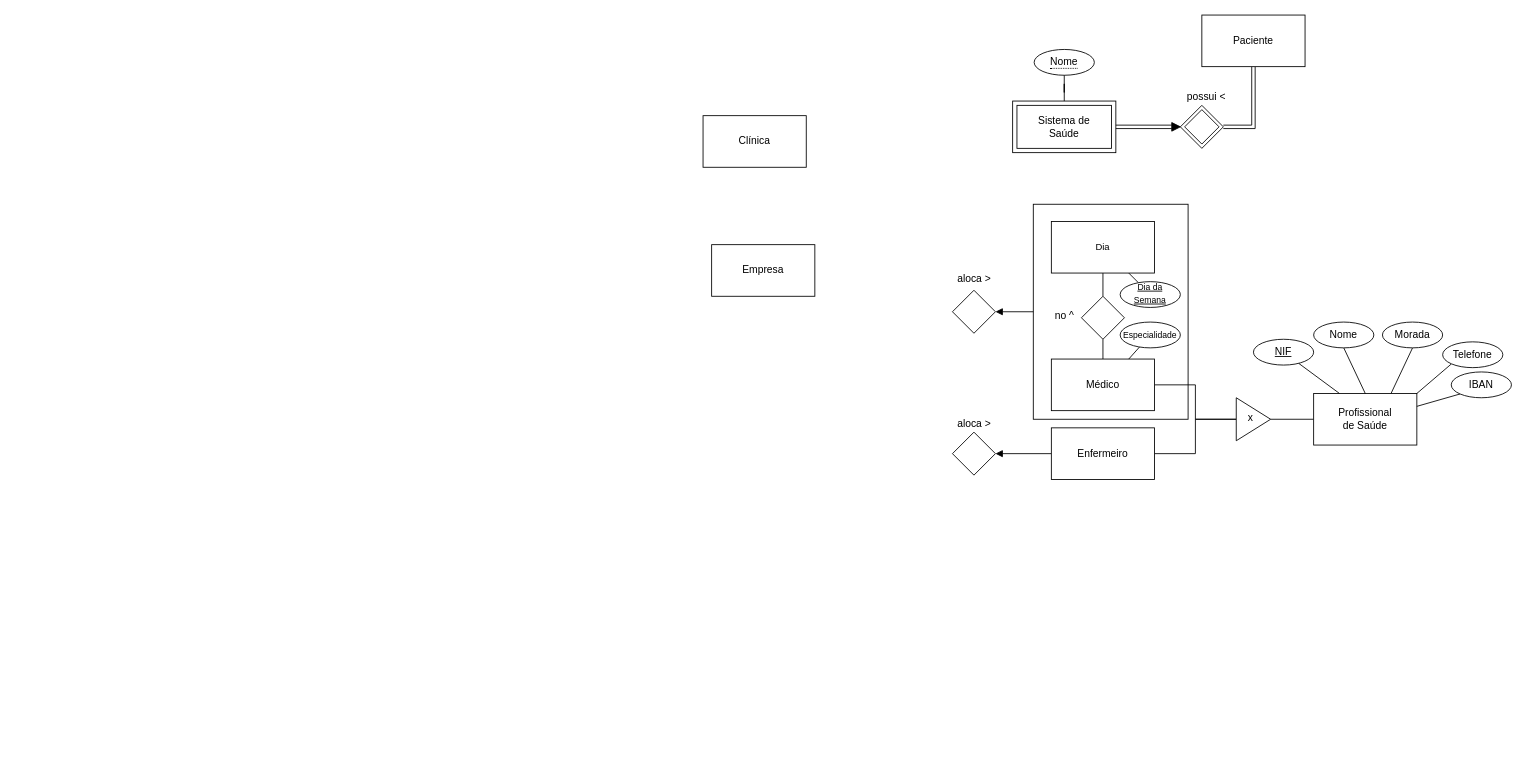
Before: p01/EA-Diagram.drawio in SrGesus/bd-projects-23, a draw.io diagram. Source tidied: cells renumbered, new cells numbered last; positions are measured from the earlier drawing's top-left corner, leaving out a move shared by most shapes. Both pictures are drawn from the tidied source at 86%, with x=0, y=0 at pixel (703, 15).
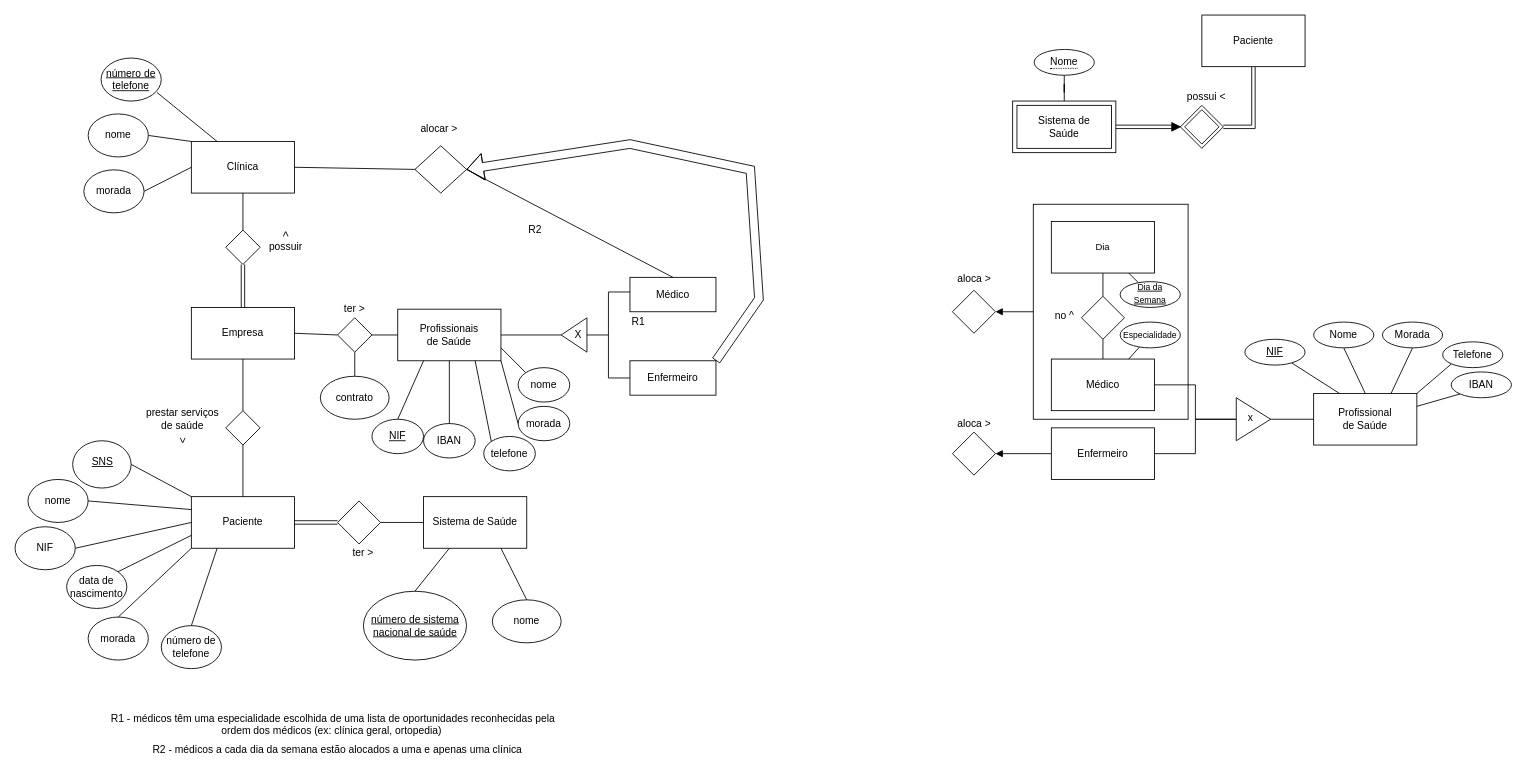
Above is the later version.

Diff of the diagram source:
```diff
@@
     <mxCell id="16" value="&lt;div&gt;Clínica&lt;/div&gt;" style="whiteSpace=wrap;html=1;" parent="1" vertex="1">
-      <mxGeometry y="117" width="120" height="60" as="geometry" />
+      <mxGeometry x="-595" y="147" width="120" height="60" as="geometry" />
     </mxCell>
@@
     <mxCell id="27" value="NIF" style="ellipse;whiteSpace=wrap;html=1;align=center;fontStyle=4;" parent="1" vertex="1">
-      <mxGeometry x="640" y="377" width="70" height="30" as="geometry" />
+      <mxGeometry x="630" y="377" width="70" height="30" as="geometry" />
     </mxCell>
@@
     <mxCell id="38" value="Empresa" style="whiteSpace=wrap;html=1;" parent="1" vertex="1">
-      <mxGeometry x="10" y="267" width="120" height="60" as="geometry" />
+      <mxGeometry x="-595" y="340" width="120" height="60" as="geometry" />
     </mxCell>
@@
+    <mxCell id="50" style="rhombus;whiteSpace=wrap;html=1;" parent="1" vertex="1">
+      <mxGeometry x="-555" y="250" width="40" height="40" as="geometry" />
+    </mxCell>
+    <mxCell id="51" value="possuir" style="text;html=1;align=center;verticalAlign=middle;whiteSpace=wrap;rounded=0;" parent="1" vertex="1">
+      <mxGeometry x="-515" y="255" width="60" height="30" as="geometry" />
+    </mxCell>
+    <mxCell id="52" value="&amp;lt;" style="text;html=1;align=center;verticalAlign=middle;whiteSpace=wrap;rounded=0;rotation=90;" parent="1" vertex="1">
+      <mxGeometry x="-515" y="240" width="60" height="30" as="geometry" />
+    </mxCell>
+    <mxCell id="53" style="endArrow=none;html=1;rounded=0;entryX=0.5;entryY=1;entryDx=0;entryDy=0;exitX=0.5;exitY=0;exitDx=0;exitDy=0;shape=link;" parent="1" edge="1" source="38" target="50">
+      <mxGeometry relative="1" as="geometry" />
+    </mxCell>
+    <mxCell id="54" style="endArrow=none;html=1;rounded=0;entryX=0.5;entryY=1;entryDx=0;entryDy=0;exitX=0.5;exitY=0;exitDx=0;exitDy=0;" parent="1" edge="1" source="50" target="16">
+      <mxGeometry relative="1" as="geometry" />
+    </mxCell>
+    <mxCell id="55" value="nome" style="text;html=1;align=center;verticalAlign=middle;whiteSpace=wrap;rounded=0;" parent="1" vertex="1">
+      <mxGeometry x="-710" y="125" width="60" height="30" as="geometry" />
+    </mxCell>
+    <mxCell id="56" value="morada" style="text;html=1;align=center;verticalAlign=middle;whiteSpace=wrap;rounded=0;" parent="1" vertex="1">
+      <mxGeometry x="-715" y="190" width="60" height="30" as="geometry" />
+    </mxCell>
+    <mxCell id="57" value="número de telefone" style="text;html=1;align=center;verticalAlign=middle;whiteSpace=wrap;rounded=0;fontStyle=4;" parent="1" vertex="1">
+      <mxGeometry x="-695" y="60" width="60" height="30" as="geometry" />
+    </mxCell>
+    <mxCell id="58" style="ellipse;whiteSpace=wrap;html=1;fillColor=none;" parent="1" vertex="1">
+      <mxGeometry x="-700" y="50" width="70" height="50" as="geometry" />
+    </mxCell>
+    <mxCell id="59" style="ellipse;whiteSpace=wrap;html=1;fillColor=none;" parent="1" vertex="1">
+      <mxGeometry x="-715" y="115" width="70" height="50" as="geometry" />
+    </mxCell>
+    <mxCell id="60" style="ellipse;whiteSpace=wrap;html=1;fillColor=none;" parent="1" vertex="1">
+      <mxGeometry x="-720" y="180" width="70" height="50" as="geometry" />
+    </mxCell>
+    <mxCell id="61" style="endArrow=none;html=1;rounded=0;exitX=1;exitY=1;exitDx=0;exitDy=0;entryX=0.25;entryY=0;entryDx=0;entryDy=0;" parent="1" edge="1" source="57" target="16">
+      <mxGeometry relative="1" as="geometry" />
+    </mxCell>
+    <mxCell id="62" style="endArrow=none;html=1;rounded=0;entryX=0;entryY=0;entryDx=0;entryDy=0;exitX=1;exitY=0.5;exitDx=0;exitDy=0;" parent="1" edge="1" source="59" target="16">
+      <mxGeometry relative="1" as="geometry" />
+    </mxCell>
+    <mxCell id="63" style="endArrow=none;html=1;rounded=0;exitX=1;exitY=0.5;exitDx=0;exitDy=0;entryX=0;entryY=0.5;entryDx=0;entryDy=0;" parent="1" edge="1" source="60" target="16">
+      <mxGeometry relative="1" as="geometry" />
+    </mxCell>
+    <mxCell id="64" style="rounded=0;whiteSpace=wrap;html=1;fillColor=none;" parent="1" vertex="1">
+      <mxGeometry x="-355" y="342" width="120" height="60" as="geometry" />
+    </mxCell>
+    <mxCell id="65" value="Profissionais de Saúde" style="text;html=1;align=center;verticalAlign=middle;whiteSpace=wrap;rounded=0;" parent="1" vertex="1">
+      <mxGeometry x="-335" y="352" width="80" height="40" as="geometry" />
+    </mxCell>
+    <mxCell id="66" style="endArrow=none;html=1;rounded=0;entryX=0;entryY=0.5;entryDx=0;entryDy=0;exitX=1;exitY=0.5;exitDx=0;exitDy=0;" parent="1" edge="1" source="67" target="64">
+      <mxGeometry relative="1" as="geometry" />
+    </mxCell>
+    <mxCell id="67" style="rhombus;whiteSpace=wrap;html=1;" parent="1" vertex="1">
+      <mxGeometry x="-425" y="352" width="40" height="40" as="geometry" />
+    </mxCell>
+    <mxCell id="68" style="endArrow=none;html=1;rounded=0;exitX=1;exitY=0.5;exitDx=0;exitDy=0;entryX=0;entryY=0.5;entryDx=0;entryDy=0;" parent="1" edge="1" source="38" target="67">
+      <mxGeometry relative="1" as="geometry" />
+    </mxCell>
+    <mxCell id="69" value="ter &amp;gt;" style="text;html=1;align=center;verticalAlign=middle;whiteSpace=wrap;rounded=0;" parent="1" vertex="1">
+      <mxGeometry x="-435" y="327" width="60" height="30" as="geometry" />
+    </mxCell>
+    <mxCell id="70" style="ellipse;whiteSpace=wrap;html=1;fillColor=none;" parent="1" vertex="1">
+      <mxGeometry x="-445" y="420" width="80" height="50" as="geometry" />
+    </mxCell>
+    <mxCell id="71" value="contrato" style="text;html=1;align=center;verticalAlign=middle;whiteSpace=wrap;rounded=0;" parent="1" vertex="1">
+      <mxGeometry x="-435" y="430" width="60" height="30" as="geometry" />
+    </mxCell>
+    <mxCell id="72" style="endArrow=none;html=1;rounded=0;entryX=0.5;entryY=1;entryDx=0;entryDy=0;exitX=0.5;exitY=0;exitDx=0;exitDy=0;" parent="1" edge="1" source="70" target="67">
+      <mxGeometry relative="1" as="geometry" />
+    </mxCell>
+    <mxCell id="73" value="NIF" style="text;html=1;align=center;verticalAlign=middle;whiteSpace=wrap;rounded=0;fontStyle=4;" parent="1" vertex="1">
+      <mxGeometry x="-385" y="475" width="60" height="30" as="geometry" />
+    </mxCell>
+    <mxCell id="74" value="IBAN" style="text;html=1;align=center;verticalAlign=middle;whiteSpace=wrap;rounded=0;" parent="1" vertex="1">
+      <mxGeometry x="-325" y="480" width="60" height="30" as="geometry" />
+    </mxCell>
+    <mxCell id="75" value="telefone" style="text;html=1;align=center;verticalAlign=middle;whiteSpace=wrap;rounded=0;" parent="1" vertex="1">
+      <mxGeometry x="-255" y="495" width="60" height="30" as="geometry" />
+    </mxCell>
+    <mxCell id="76" value="morada" style="text;html=1;align=center;verticalAlign=middle;whiteSpace=wrap;rounded=0;" parent="1" vertex="1">
+      <mxGeometry x="-215" y="460" width="60" height="30" as="geometry" />
+    </mxCell>
+    <mxCell id="77" value="nome" style="text;html=1;align=center;verticalAlign=middle;whiteSpace=wrap;rounded=0;" parent="1" vertex="1">
+      <mxGeometry x="-215" y="415" width="60" height="30" as="geometry" />
+    </mxCell>
+    <mxCell id="78" style="ellipse;whiteSpace=wrap;html=1;fillColor=none;" parent="1" vertex="1">
+      <mxGeometry x="-325" y="475" width="60" height="40" as="geometry" />
+    </mxCell>
+    <mxCell id="79" style="ellipse;whiteSpace=wrap;html=1;fillColor=none;" parent="1" vertex="1">
+      <mxGeometry x="-215" y="455" width="60" height="40" as="geometry" />
+    </mxCell>
+    <mxCell id="80" style="ellipse;whiteSpace=wrap;html=1;fillColor=none;" parent="1" vertex="1">
+      <mxGeometry x="-255" y="490" width="60" height="40" as="geometry" />
+    </mxCell>
+    <mxCell id="81" style="ellipse;whiteSpace=wrap;html=1;fillColor=none;" parent="1" vertex="1">
+      <mxGeometry x="-215" y="410" width="60" height="40" as="geometry" />
+    </mxCell>
+    <mxCell id="82" style="ellipse;whiteSpace=wrap;html=1;fillColor=none;" parent="1" vertex="1">
+      <mxGeometry x="-385" y="470" width="60" height="40" as="geometry" />
+    </mxCell>
+    <mxCell id="83" style="endArrow=none;html=1;rounded=0;exitX=0.5;exitY=0;exitDx=0;exitDy=0;entryX=0.25;entryY=1;entryDx=0;entryDy=0;" parent="1" edge="1" source="82" target="64">
+      <mxGeometry relative="1" as="geometry" />
+    </mxCell>
+    <mxCell id="84" style="endArrow=none;html=1;rounded=0;exitX=0.5;exitY=0;exitDx=0;exitDy=0;entryX=0.5;entryY=1;entryDx=0;entryDy=0;" parent="1" edge="1" source="78" target="64">
+      <mxGeometry relative="1" as="geometry" />
+    </mxCell>
+    <mxCell id="85" style="endArrow=none;html=1;rounded=0;exitX=0;exitY=0;exitDx=0;exitDy=0;entryX=0.75;entryY=1;entryDx=0;entryDy=0;" parent="1" edge="1" source="80" target="64">
+      <mxGeometry relative="1" as="geometry" />
+    </mxCell>
+    <mxCell id="86" style="endArrow=none;html=1;rounded=0;exitX=0;exitY=0.5;exitDx=0;exitDy=0;entryX=1;entryY=1;entryDx=0;entryDy=0;" parent="1" edge="1" source="79" target="64">
+      <mxGeometry relative="1" as="geometry" />
+    </mxCell>
+    <mxCell id="87" style="endArrow=none;html=1;rounded=0;exitX=0;exitY=0;exitDx=0;exitDy=0;entryX=1;entryY=0.75;entryDx=0;entryDy=0;" parent="1" edge="1" source="81" target="64">
+      <mxGeometry relative="1" as="geometry" />
+    </mxCell>
+    <mxCell id="88" style="triangle;whiteSpace=wrap;html=1;rotation=-180;fillColor=none;" parent="1" vertex="1">
+      <mxGeometry x="-165" y="352" width="30" height="40" as="geometry" />
+    </mxCell>
+    <mxCell id="89" style="endArrow=none;html=1;rounded=0;exitX=1;exitY=0.5;exitDx=0;exitDy=0;entryX=1;entryY=0.5;entryDx=0;entryDy=0;" parent="1" edge="1" source="64" target="88">
+      <mxGeometry relative="1" as="geometry" />
+    </mxCell>
+    <mxCell id="90" value="X" style="text;html=1;align=center;verticalAlign=middle;whiteSpace=wrap;rounded=0;" parent="1" vertex="1">
+      <mxGeometry x="-175" y="357" width="60" height="30" as="geometry" />
+    </mxCell>
+    <mxCell id="91" style="strokeWidth=1;html=1;shape=mxgraph.flowchart.annotation_2;align=left;labelPosition=right;" parent="1" vertex="1">
+      <mxGeometry x="-135" y="322" width="50" height="100" as="geometry" />
+    </mxCell>
+    <mxCell id="92" style="rounded=0;whiteSpace=wrap;html=1;fillColor=none;" parent="1" vertex="1">
+      <mxGeometry x="-85" y="305" width="100" height="40" as="geometry" />
+    </mxCell>
+    <mxCell id="93" style="rounded=0;whiteSpace=wrap;html=1;fillColor=none;" parent="1" vertex="1">
+      <mxGeometry x="-85" y="402" width="100" height="40" as="geometry" />
+    </mxCell>
+    <mxCell id="94" value="Médico" style="text;html=1;align=center;verticalAlign=middle;whiteSpace=wrap;rounded=0;" parent="1" vertex="1">
+      <mxGeometry x="-65" y="310" width="60" height="30" as="geometry" />
+    </mxCell>
+    <mxCell id="95" value="Enfermeiro" style="text;html=1;align=center;verticalAlign=middle;whiteSpace=wrap;rounded=0;" parent="1" vertex="1">
+      <mxGeometry x="-65" y="407" width="60" height="30" as="geometry" />
+    </mxCell>
+    <mxCell id="96" value="R1" style="text;html=1;align=center;verticalAlign=middle;whiteSpace=wrap;rounded=0;" parent="1" vertex="1">
+      <mxGeometry x="-105" y="342" width="60" height="30" as="geometry" />
+    </mxCell>
+    <mxCell id="97" value="R1 - médicos têm uma especialidade escolhida de uma lista de oportunidades reconhecidas pela ordem dos médicos (ex: clínica geral, ortopedia)&amp;nbsp;" style="text;html=1;align=center;verticalAlign=middle;whiteSpace=wrap;rounded=0;" parent="1" vertex="1">
+      <mxGeometry x="-690" y="810" width="520" height="30" as="geometry" />
+    </mxCell>
+    <mxCell id="98" style="rhombus;whiteSpace=wrap;html=1;fillColor=none;" parent="1" vertex="1">
+      <mxGeometry x="-335" y="152" width="60" height="55" as="geometry" />
+    </mxCell>
+    <mxCell id="99" value="alocar &amp;gt;&amp;nbsp;" style="text;html=1;align=center;verticalAlign=middle;whiteSpace=wrap;rounded=0;" parent="1" vertex="1">
+      <mxGeometry x="-335" y="117" width="60" height="30" as="geometry" />
+    </mxCell>
+    <mxCell id="100" style="endArrow=none;html=1;rounded=0;exitX=1;exitY=0.5;exitDx=0;exitDy=0;entryX=0;entryY=0.5;entryDx=0;entryDy=0;" parent="1" edge="1" source="16" target="98">
+      <mxGeometry relative="1" as="geometry" />
+    </mxCell>
+    <mxCell id="101" style="endArrow=none;html=1;rounded=0;exitX=1;exitY=0.5;exitDx=0;exitDy=0;entryX=0.5;entryY=0;entryDx=0;entryDy=0;" parent="1" edge="1" source="98" target="92">
+      <mxGeometry relative="1" as="geometry" />
+    </mxCell>
+    <mxCell id="102" style="endArrow=block;html=1;rounded=0;shape=flexArrow;entryX=1;entryY=0.5;entryDx=0;entryDy=0;exitX=1;exitY=0;exitDx=0;exitDy=0;" parent="1" edge="1" source="93" target="98">
+      <mxGeometry relative="1" as="geometry">
+        <Array as="points">
+          <mxPoint x="65" y="330" />
+          <mxPoint x="55" y="180" />
+          <mxPoint x="-85" y="150" />
+        </Array>
+      </mxGeometry>
+    </mxCell>
+    <mxCell id="103" value="R2 - médicos a cada dia da semana estão alocados a uma e apenas uma clínica" style="text;html=1;align=center;verticalAlign=middle;whiteSpace=wrap;rounded=0;" parent="1" vertex="1">
+      <mxGeometry x="-690" y="840" width="530" height="30" as="geometry" />
+    </mxCell>
+    <mxCell id="104" value="R2" style="text;html=1;align=center;verticalAlign=middle;whiteSpace=wrap;rounded=0;" parent="1" vertex="1">
+      <mxGeometry x="-215" y="235" width="40" height="30" as="geometry" />
+    </mxCell>
+    <mxCell id="105" style="rounded=0;whiteSpace=wrap;html=1;fillColor=none;" parent="1" vertex="1">
+      <mxGeometry x="-595" y="560" width="120" height="60" as="geometry" />
+    </mxCell>
+    <mxCell id="106" value="Paciente" style="text;html=1;align=center;verticalAlign=middle;whiteSpace=wrap;rounded=0;" parent="1" vertex="1">
+      <mxGeometry x="-565" y="575" width="60" height="30" as="geometry" />
+    </mxCell>
+    <mxCell id="107" style="rhombus;whiteSpace=wrap;html=1;" parent="1" vertex="1">
+      <mxGeometry x="-555" y="460" width="40" height="40" as="geometry" />
+    </mxCell>
+    <mxCell id="108" style="endArrow=none;html=1;rounded=0;entryX=0.5;entryY=1;entryDx=0;entryDy=0;exitX=0.5;exitY=0;exitDx=0;exitDy=0;" parent="1" edge="1" source="107" target="38">
+      <mxGeometry relative="1" as="geometry" />
+    </mxCell>
+    <mxCell id="109" style="endArrow=none;html=1;rounded=0;exitX=0.5;exitY=0;exitDx=0;exitDy=0;entryX=0.5;entryY=1;entryDx=0;entryDy=0;" parent="1" edge="1" source="105" target="107">
+      <mxGeometry relative="1" as="geometry" />
+    </mxCell>
+    <mxCell id="110" value="prestar serviços de saúde" style="text;html=1;align=center;verticalAlign=middle;whiteSpace=wrap;rounded=0;" parent="1" vertex="1">
+      <mxGeometry x="-650" y="455" width="90" height="30" as="geometry" />
+    </mxCell>
+    <mxCell id="111" value="&amp;gt;" style="text;html=1;align=center;verticalAlign=middle;whiteSpace=wrap;rounded=0;rotation=90;" parent="1" vertex="1">
+      <mxGeometry x="-635" y="480" width="60" height="30" as="geometry" />
+    </mxCell>
+    <mxCell id="112" value="SNS" style="text;html=1;align=center;verticalAlign=middle;whiteSpace=wrap;rounded=0;fontStyle=4;" parent="1" vertex="1">
+      <mxGeometry x="-728" y="505" width="60" height="30" as="geometry" />
+    </mxCell>
+    <mxCell id="113" value="nome" style="text;html=1;align=center;verticalAlign=middle;whiteSpace=wrap;rounded=0;" parent="1" vertex="1">
+      <mxGeometry x="-780" y="550" width="60" height="30" as="geometry" />
+    </mxCell>
+    <mxCell id="114" value="NIF" style="text;html=1;align=center;verticalAlign=middle;whiteSpace=wrap;rounded=0;" parent="1" vertex="1">
+      <mxGeometry x="-795" y="605" width="60" height="30" as="geometry" />
+    </mxCell>
+    <mxCell id="115" value="data de nascimento" style="text;html=1;align=center;verticalAlign=middle;whiteSpace=wrap;rounded=0;" parent="1" vertex="1">
+      <mxGeometry x="-735" y="650" width="60" height="30" as="geometry" />
+    </mxCell>
+    <mxCell id="116" style="ellipse;whiteSpace=wrap;html=1;fillColor=none;" parent="1" vertex="1">
+      <mxGeometry x="-740" y="640" width="70" height="50" as="geometry" />
+    </mxCell>
+    <mxCell id="117" style="ellipse;whiteSpace=wrap;html=1;fillColor=none;" parent="1" vertex="1">
+      <mxGeometry x="-785" y="540" width="70" height="50" as="geometry" />
+    </mxCell>
+    <mxCell id="118" style="ellipse;whiteSpace=wrap;html=1;fillColor=none;" parent="1" vertex="1">
+      <mxGeometry x="-733" y="495" width="68" height="55" as="geometry" />
+    </mxCell>
+    <mxCell id="119" style="ellipse;whiteSpace=wrap;html=1;fillColor=none;" parent="1" vertex="1">
+      <mxGeometry x="-800" y="595" width="70" height="50" as="geometry" />
+    </mxCell>
+    <mxCell id="120" style="ellipse;whiteSpace=wrap;html=1;fillColor=none;" parent="1" vertex="1">
+      <mxGeometry x="-715" y="700" width="70" height="50" as="geometry" />
+    </mxCell>
+    <mxCell id="121" style="ellipse;whiteSpace=wrap;html=1;fillColor=none;" parent="1" vertex="1">
+      <mxGeometry x="-630" y="710" width="70" height="50" as="geometry" />
+    </mxCell>
+    <mxCell id="122" value="morada" style="text;html=1;align=center;verticalAlign=middle;whiteSpace=wrap;rounded=0;" parent="1" vertex="1">
+      <mxGeometry x="-710" y="710" width="60" height="30" as="geometry" />
+    </mxCell>
+    <mxCell id="123" value="número de telefone" style="text;html=1;align=center;verticalAlign=middle;whiteSpace=wrap;rounded=0;" parent="1" vertex="1">
+      <mxGeometry x="-625" y="720" width="60" height="30" as="geometry" />
+    </mxCell>
+    <mxCell id="124" style="endArrow=none;html=1;rounded=0;exitX=1;exitY=0.5;exitDx=0;exitDy=0;entryX=0;entryY=0;entryDx=0;entryDy=0;" parent="1" edge="1" source="118" target="105">
+      <mxGeometry relative="1" as="geometry" />
+    </mxCell>
+    <mxCell id="125" style="endArrow=none;html=1;rounded=0;entryX=1;entryY=0.5;entryDx=0;entryDy=0;exitX=0;exitY=0.25;exitDx=0;exitDy=0;" parent="1" edge="1" source="105" target="117">
+      <mxGeometry relative="1" as="geometry" />
+    </mxCell>
+    <mxCell id="126" style="endArrow=none;html=1;rounded=0;entryX=1;entryY=0.5;entryDx=0;entryDy=0;exitX=0;exitY=0.5;exitDx=0;exitDy=0;" parent="1" edge="1" source="105" target="119">
+      <mxGeometry relative="1" as="geometry" />
+    </mxCell>
+    <mxCell id="127" style="endArrow=none;html=1;rounded=0;entryX=1;entryY=0;entryDx=0;entryDy=0;exitX=0;exitY=0.75;exitDx=0;exitDy=0;" parent="1" edge="1" source="105" target="116">
+      <mxGeometry relative="1" as="geometry" />
+    </mxCell>
+    <mxCell id="128" style="endArrow=none;html=1;rounded=0;entryX=0.5;entryY=0;entryDx=0;entryDy=0;exitX=0;exitY=1;exitDx=0;exitDy=0;" parent="1" edge="1" source="105" target="120">
+      <mxGeometry relative="1" as="geometry" />
+    </mxCell>
+    <mxCell id="129" style="endArrow=none;html=1;rounded=0;entryX=0.5;entryY=0;entryDx=0;entryDy=0;exitX=0.25;exitY=1;exitDx=0;exitDy=0;" parent="1" edge="1" source="105" target="121">
+      <mxGeometry relative="1" as="geometry" />
+    </mxCell>
+    <mxCell id="130" style="rounded=0;whiteSpace=wrap;html=1;fillColor=none;" parent="1" vertex="1">
+      <mxGeometry x="-325" y="560" width="120" height="60" as="geometry" />
+    </mxCell>
+    <mxCell id="131" value="Sistema de Saúde" style="text;html=1;align=center;verticalAlign=middle;whiteSpace=wrap;rounded=0;" parent="1" vertex="1">
+      <mxGeometry x="-320" y="575" width="110" height="30" as="geometry" />
+    </mxCell>
+    <mxCell id="132" style="rhombus;whiteSpace=wrap;html=1;" parent="1" vertex="1">
+      <mxGeometry x="-425" y="565" width="50" height="50" as="geometry" />
+    </mxCell>
+    <mxCell id="133" style="shape=link;html=1;rounded=0;exitX=1;exitY=0.5;exitDx=0;exitDy=0;entryX=0;entryY=0.5;entryDx=0;entryDy=0;" parent="1" edge="1" source="105" target="132">
+      <mxGeometry relative="1" as="geometry" />
+    </mxCell>
+    <mxCell id="134" style="endArrow=none;html=1;rounded=0;entryX=1;entryY=0.5;entryDx=0;entryDy=0;exitX=0;exitY=0.5;exitDx=0;exitDy=0;" parent="1" edge="1" source="130" target="132">
+      <mxGeometry relative="1" as="geometry" />
+    </mxCell>
+    <mxCell id="135" value="ter &amp;gt;" style="text;html=1;align=center;verticalAlign=middle;whiteSpace=wrap;rounded=0;" parent="1" vertex="1">
+      <mxGeometry x="-425" y="610" width="60" height="30" as="geometry" />
+    </mxCell>
+    <mxCell id="136" value="número de sistema nacional de saúde" style="text;html=1;align=center;verticalAlign=middle;whiteSpace=wrap;rounded=0;fontStyle=4;" parent="1" vertex="1">
+      <mxGeometry x="-397.5" y="695" width="125" height="30" as="geometry" />
+    </mxCell>
+    <mxCell id="137" style="ellipse;whiteSpace=wrap;html=1;fillColor=none;" parent="1" vertex="1">
+      <mxGeometry x="-395" y="670" width="120" height="80" as="geometry" />
+    </mxCell>
+    <mxCell id="138" value="nome" style="text;html=1;align=center;verticalAlign=middle;whiteSpace=wrap;rounded=0;" parent="1" vertex="1">
+      <mxGeometry x="-235" y="690" width="60" height="30" as="geometry" />
+    </mxCell>
+    <mxCell id="139" style="ellipse;whiteSpace=wrap;html=1;fillColor=none;" parent="1" vertex="1">
+      <mxGeometry x="-245" y="680" width="80" height="50" as="geometry" />
+    </mxCell>
+    <mxCell id="140" style="endArrow=none;html=1;rounded=0;exitX=0.25;exitY=1;exitDx=0;exitDy=0;entryX=0.5;entryY=0;entryDx=0;entryDy=0;" parent="1" edge="1" source="130" target="137">
+      <mxGeometry relative="1" as="geometry" />
+    </mxCell>
+    <mxCell id="141" style="endArrow=none;html=1;rounded=0;exitX=0.75;exitY=1;exitDx=0;exitDy=0;entryX=0.5;entryY=0;entryDx=0;entryDy=0;" parent="1" edge="1" source="130" target="139">
+      <mxGeometry relative="1" as="geometry" />
+    </mxCell>
```
